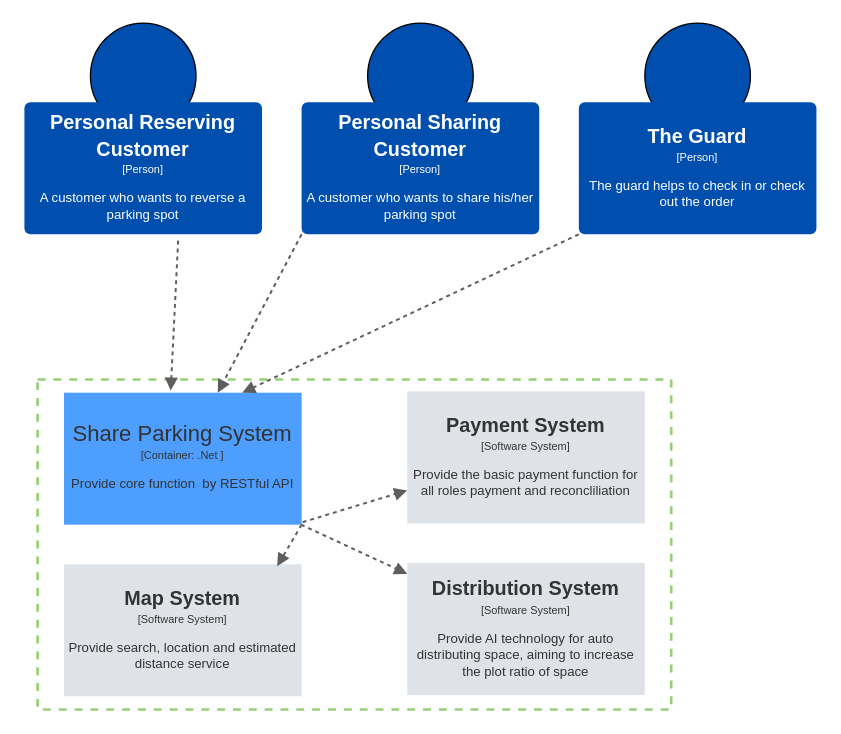
XiaotianWU-code/img keeps this draw.io diagram as page "Page-4" (4 of 5) of wxt-c4.drawio. Above is the earlier version. Source tidied: cells renumbered, new cells numbered last; positions are measured from the earlier drawing's top-left corner, leaving out a move shared by most shapes. Both pictures are drawn from the tidied source at 132%, with x=0, y=0 at pixel (24, 22).
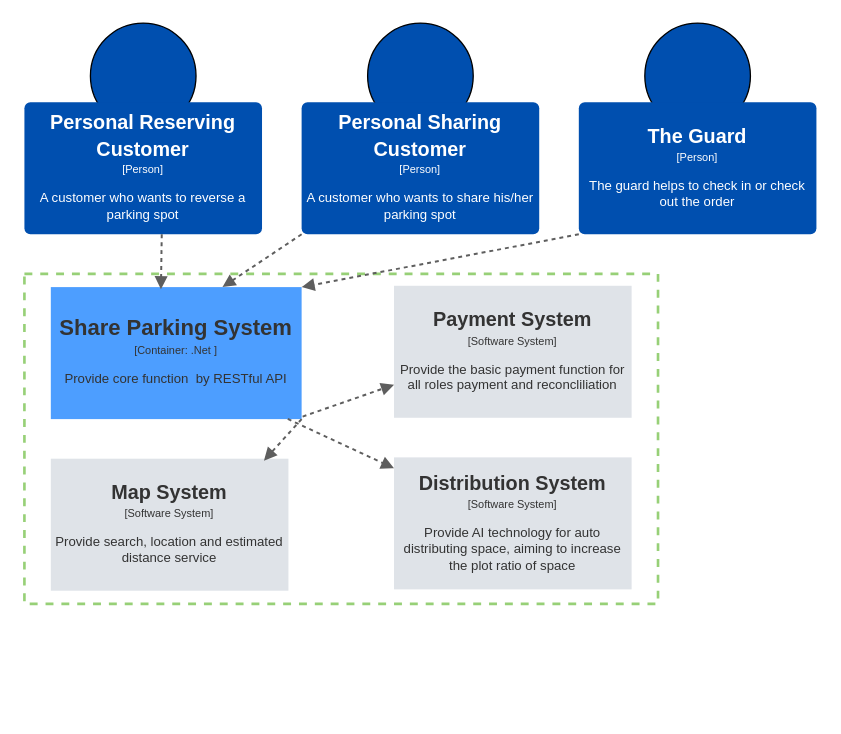
Above is the later version.

The change refers to these unchanged cells:
```xml
<mxCell id="6" value="&lt;div style=&quot;display: flex; justify-content: center; text-align: center; align-items: baseline; font-size: 0; line-height: 1.25;margin-top: -2px;&quot;&gt;&lt;span&gt;&lt;span style=&quot;font-size:15px;color:#ffffff;font-weight: bold;&quot;&gt;Personal Reserving Customer&lt;/span&gt;&lt;span style=&quot;font-size:16.7px;color:#ffffff;&quot;&gt;&lt;br&gt;&lt;/span&gt;&lt;span style=&quot;font-size:8.3px;color:#ffffff;&quot;&gt;[Person]&lt;br&gt;&lt;br&gt;&lt;/span&gt;&lt;span style=&quot;font-size:10px;color:#ffffff;&quot;&gt;A customer who wants to reverse a parking spot&lt;/span&gt;&lt;/span&gt;&lt;/div&gt;" style="html=1;overflow=block;blockSpacing=1;whiteSpace=wrap;fontSize=13;spacing=3.8;strokeOpacity=0;fillOpacity=100;rounded=1;absoluteArcSize=1;arcSize=9;fillColor=#004faf;strokeWidth=2.3;portConstraintRotation=0;" parent="1" vertex="1">
  <mxGeometry y="60" width="180" height="100" as="geometry" />
</mxCell>
<mxCell id="7" value="&lt;div style=&quot;display: flex; justify-content: center; text-align: center; align-items: baseline; font-size: 0; line-height: 1.25;margin-top: -2px;&quot;&gt;&lt;span&gt;&lt;span style=&quot;font-size:15px;color:#ffffff;font-weight: bold;&quot;&gt;Personal Sharing Customer&lt;/span&gt;&lt;span style=&quot;font-size:16.7px;color:#ffffff;&quot;&gt;&lt;br&gt;&lt;/span&gt;&lt;span style=&quot;font-size:8.3px;color:#ffffff;&quot;&gt;[Person]&lt;br&gt;&lt;br&gt;&lt;/span&gt;&lt;span style=&quot;font-size:10px;color:#ffffff;&quot;&gt;A customer who wants to share his/her parking spot&lt;/span&gt;&lt;/span&gt;&lt;/div&gt;" style="html=1;overflow=block;blockSpacing=1;whiteSpace=wrap;fontSize=13;spacing=3.8;strokeOpacity=0;fillOpacity=100;rounded=1;absoluteArcSize=1;arcSize=9;fillColor=#004faf;strokeWidth=2.3;" parent="1" vertex="1">
  <mxGeometry x="210" y="60" width="180" height="100" as="geometry" />
</mxCell>
<mxCell id="8" value="&lt;div style=&quot;display: flex; justify-content: center; text-align: center; align-items: baseline; line-height: 1.25; margin-top: -2px; font-size: 0px;&quot;&gt;&lt;span&gt;&lt;span style=&quot;font-size:15px;color:#ffffff;font-weight: bold;&quot;&gt;The Guard&lt;/span&gt;&lt;span style=&quot;font-size:16.7px;color:#ffffff;&quot;&gt;&lt;br&gt;&lt;/span&gt;&lt;span style=&quot;font-size:8.3px;color:#ffffff;&quot;&gt;[Person]&lt;br&gt;&lt;br&gt;&lt;/span&gt;&lt;span style=&quot;font-size:10px;color:#ffffff;&quot;&gt;The guard helps to check in or check out the order&lt;/span&gt;&lt;/span&gt;&lt;/div&gt;" style="html=1;overflow=block;blockSpacing=1;whiteSpace=wrap;fontSize=13;spacing=3.8;strokeOpacity=0;fillOpacity=100;rounded=1;absoluteArcSize=1;arcSize=9;fillColor=#004faf;strokeWidth=2.3;sketch=0;shadow=0;glass=0;" parent="1" vertex="1">
  <mxGeometry x="420" y="60" width="180" height="100" as="geometry" />
</mxCell>
```

Change to the diagram source:
```diff
@@
     <mxCell id="5" style="rounded=0;whiteSpace=wrap;html=1;dashed=1;strokeColor=#97D077;strokeWidth=2;" parent="1" vertex="1">
-      <mxGeometry x="10" y="270" width="480" height="250" as="geometry" />
+      <mxGeometry y="190" width="480" height="250" as="geometry" />
     </mxCell>
@@
-    <mxCell id="9" value="&lt;div style=&quot;display: flex; justify-content: center; text-align: center; align-items: baseline; line-height: 1.25; margin-top: -2px; font-size: 0px;&quot;&gt;&lt;span&gt;&lt;span style=&quot;font-size:16.7px;color:#333333;&quot;&gt;Share Parking System&lt;br&gt;&lt;/span&gt;&lt;span style=&quot;font-size:8.3px;color:#333333;&quot;&gt;[Container: .Net ]&lt;br&gt;&lt;br&gt;&lt;/span&gt;&lt;span style=&quot;font-size:10px;color:#333333;&quot;&gt; Provide core function&amp;nbsp; by RESTful API&lt;/span&gt;&lt;/span&gt;&lt;/div&gt;" style="html=1;overflow=block;blockSpacing=1;whiteSpace=wrap;fontSize=13;spacing=3.8;strokeOpacity=0;fillOpacity=100;rounded=0;absoluteArcSize=1;arcSize=9;fillColor=#4d9eff;strokeWidth=2.3;" parent="1" vertex="1">
-      <mxGeometry x="30" y="280" width="180" height="100" as="geometry" />
+    <mxCell id="9" value="&lt;div style=&quot;display: flex; justify-content: center; text-align: center; align-items: baseline; line-height: 1.25; margin-top: -2px; font-size: 0px;&quot;&gt;&lt;span&gt;&lt;span style=&quot;font-size:16.7px;color:#333333;&quot;&gt;&lt;b&gt;Share Parking System&lt;br&gt;&lt;/b&gt;&lt;/span&gt;&lt;span style=&quot;font-size:8.3px;color:#333333;&quot;&gt;[Container: .Net ]&lt;br&gt;&lt;br&gt;&lt;/span&gt;&lt;span style=&quot;font-size:10px;color:#333333;&quot;&gt; Provide core function&amp;nbsp; by RESTful API&lt;/span&gt;&lt;/span&gt;&lt;/div&gt;" style="html=1;overflow=block;blockSpacing=1;whiteSpace=wrap;fontSize=13;spacing=3.8;strokeOpacity=0;fillOpacity=100;rounded=0;absoluteArcSize=1;arcSize=9;fillColor=#4d9eff;strokeWidth=2.3;" parent="1" vertex="1">
+      <mxGeometry x="20" y="200" width="190" height="100" as="geometry" />
     </mxCell>
     <mxCell id="10" value="&lt;div style=&quot;display: flex; justify-content: center; text-align: center; align-items: baseline; font-size: 0; line-height: 1.25;margin-top: -2px;&quot;&gt;&lt;span&gt;&lt;span style=&quot;font-size:15px;color:#333333;font-weight: bold;&quot;&gt;Payment System&lt;/span&gt;&lt;span style=&quot;font-size:16.7px;color:#333333;&quot;&gt;&lt;br&gt;&lt;/span&gt;&lt;span style=&quot;font-size:8.3px;color:#333333;&quot;&gt;[Software System]&lt;br&gt;&lt;br&gt;&lt;/span&gt;&lt;span style=&quot;font-size:10px;color:#333333;&quot;&gt; Provide the basic payment function for all roles payment and reconcliliation&lt;/span&gt;&lt;/span&gt;&lt;/div&gt;" style="html=1;overflow=block;blockSpacing=1;whiteSpace=wrap;fontSize=13;spacing=3.8;strokeOpacity=0;fillOpacity=100;rounded=0;absoluteArcSize=1;arcSize=9;fillColor=#dfe3e8;strokeWidth=2.3;" parent="1" vertex="1">
-      <mxGeometry x="290" y="279" width="180" height="100" as="geometry" />
+      <mxGeometry x="280" y="199" width="180" height="100" as="geometry" />
     </mxCell>
     <mxCell id="11" value="&lt;div style=&quot;display: flex; justify-content: center; text-align: center; align-items: baseline; font-size: 0; line-height: 1.25;margin-top: -2px;&quot;&gt;&lt;span&gt;&lt;span style=&quot;font-size:15px;color:#333333;font-weight: bold;&quot;&gt;Map System&lt;/span&gt;&lt;span style=&quot;font-size:16.7px;color:#333333;&quot;&gt;&lt;br&gt;&lt;/span&gt;&lt;span style=&quot;font-size:8.3px;color:#333333;&quot;&gt;[Software System]&lt;br&gt;&lt;br&gt;&lt;/span&gt;&lt;span style=&quot;font-size:10px;color:#333333;&quot;&gt; Provide search, location and estimated distance service&lt;/span&gt;&lt;/span&gt;&lt;/div&gt;" style="html=1;overflow=block;blockSpacing=1;whiteSpace=wrap;fontSize=13;spacing=3.8;strokeOpacity=0;fillOpacity=100;rounded=0;absoluteArcSize=1;arcSize=9;fillColor=#dfe3e8;strokeWidth=2.3;" parent="1" vertex="1">
-      <mxGeometry x="30" y="410" width="180" height="100" as="geometry" />
+      <mxGeometry x="20" y="330" width="180" height="100" as="geometry" />
     </mxCell>
     <mxCell id="12" value="&lt;div style=&quot;display: flex; justify-content: center; text-align: center; align-items: baseline; font-size: 0; line-height: 1.25;margin-top: -2px;&quot;&gt;&lt;span&gt;&lt;span style=&quot;font-size:15px;color:#333333;font-weight: bold;&quot;&gt;Distribution System&lt;/span&gt;&lt;span style=&quot;font-size:16.7px;color:#333333;&quot;&gt;&lt;br&gt;&lt;/span&gt;&lt;span style=&quot;font-size:8.3px;color:#333333;&quot;&gt;[Software System]&lt;br&gt;&lt;br&gt;&lt;/span&gt;&lt;span style=&quot;font-size:10px;color:#333333;&quot;&gt; Provide AI technology for auto distributing space, aiming to increase the plot ratio of space&lt;/span&gt;&lt;/span&gt;&lt;/div&gt;" style="html=1;overflow=block;blockSpacing=1;whiteSpace=wrap;fontSize=13;spacing=3.8;strokeOpacity=0;fillOpacity=100;rounded=0;absoluteArcSize=1;arcSize=9;fillColor=#dfe3e8;strokeWidth=2.3;" parent="1" vertex="1">
-      <mxGeometry x="290" y="409" width="180" height="100" as="geometry" />
+      <mxGeometry x="280" y="329" width="180" height="100" as="geometry" />
     </mxCell>
-    <mxCell id="13" style="html=1;jettySize=18;whiteSpace=wrap;overflow=block;blockSpacing=1;fontSize=13;strokeColor=#5e5e5e;strokeOpacity=100;dashed=1;fixDash=1;strokeWidth=1.5;rounded=0;startArrow=none;endArrow=block;endFill=1;exitX=0.647;exitY=1.048;exitDx=0;exitDy=0;exitPerimeter=0;entryX=0.449;entryY=-0.016;entryDx=0;entryDy=0;entryPerimeter=0;" parent="1" edge="1" source="6" target="9">
+    <mxCell id="13" style="html=1;jettySize=18;whiteSpace=wrap;overflow=block;blockSpacing=1;fontSize=13;strokeColor=#5e5e5e;strokeOpacity=100;dashed=1;fixDash=1;strokeWidth=1.5;rounded=0;startArrow=none;endArrow=block;endFill=1;exitX=0.578;exitY=1;exitDx=0;exitDy=0;exitPerimeter=0;entryX=0.439;entryY=0.016;entryDx=0;entryDy=0;entryPerimeter=0;" parent="1" edge="1" source="6" target="9">
       <mxGeometry relative="1" as="geometry" />
     </mxCell>
-    <mxCell id="14" style="html=1;jettySize=18;whiteSpace=wrap;overflow=block;blockSpacing=1;fontSize=13;strokeColor=#5e5e5e;strokeOpacity=100;dashed=1;fixDash=1;strokeWidth=1.5;rounded=0;startArrow=none;endArrow=block;endFill=1;exitX=0;exitY=1;exitDx=0;exitDy=0;" parent="1" edge="1" source="7" target="9">
-      <mxGeometry relative="1" as="geometry" />
+    <mxCell id="14" style="html=1;jettySize=18;whiteSpace=wrap;overflow=block;blockSpacing=1;fontSize=13;strokeColor=#5e5e5e;strokeOpacity=100;dashed=1;fixDash=1;strokeWidth=1.5;rounded=0;startArrow=none;endArrow=block;endFill=1;exitX=0;exitY=1;exitDx=0;exitDy=0;" parent="1" edge="1" source="7">
+      <mxGeometry relative="1" as="geometry">
+        <mxPoint x="150" y="200" as="targetPoint" />
+      </mxGeometry>
     </mxCell>
-    <mxCell id="15" style="html=1;jettySize=18;whiteSpace=wrap;overflow=block;blockSpacing=1;fontSize=13;strokeColor=#5e5e5e;strokeOpacity=100;dashed=1;fixDash=1;strokeWidth=1.5;rounded=0;startArrow=none;endArrow=block;endFill=1;exitX=0;exitY=1;exitDx=0;exitDy=0;entryX=0.75;entryY=0;entryDx=0;entryDy=0;" parent="1" edge="1" source="8" target="9">
+    <mxCell id="15" style="html=1;jettySize=18;whiteSpace=wrap;overflow=block;blockSpacing=1;fontSize=13;strokeColor=#5e5e5e;strokeOpacity=100;dashed=1;fixDash=1;strokeWidth=1.5;rounded=0;startArrow=none;endArrow=block;endFill=1;exitX=0;exitY=1;exitDx=0;exitDy=0;entryX=1;entryY=0;entryDx=0;entryDy=0;" parent="1" edge="1" source="8" target="9">
       <mxGeometry relative="1" as="geometry" />
     </mxCell>
     <mxCell id="16" style="html=1;jettySize=18;whiteSpace=wrap;overflow=block;blockSpacing=1;fontSize=13;strokeColor=#5e5e5e;strokeOpacity=100;dashed=1;fixDash=1;strokeWidth=1.5;rounded=0;startArrow=none;endArrow=block;endFill=1;exitX=0;exitY=1;exitDx=0;exitDy=0;" parent="1" edge="1" target="12">
       <mxGeometry relative="1" as="geometry">
-        <mxPoint x="209.5" y="379.9" as="sourcePoint" />
+        <mxPoint x="199.5" y="299.9" as="sourcePoint" />
       </mxGeometry>
     </mxCell>
```
